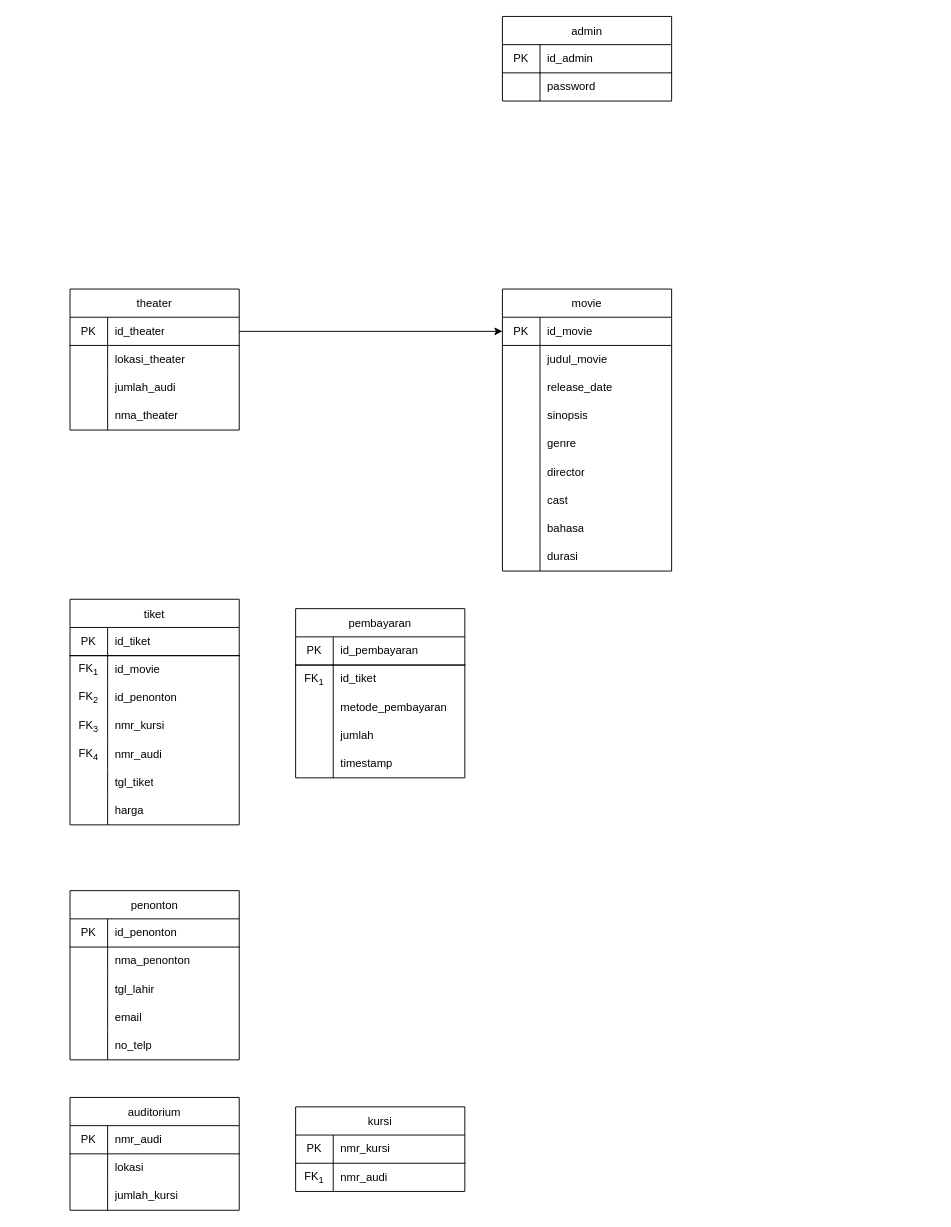
The draw.io diagram movie_cdm.drawio in vinnnna/sistem-basis-data, before the edit. Source tidied: cells renumbered, new cells numbered last; positions are measured from the earlier drawing's top-left corner, leaving out a move shared by most shapes. Both pictures are drawn from the tidied source at 94%, with x=0, y=0 at pixel (70, 16).
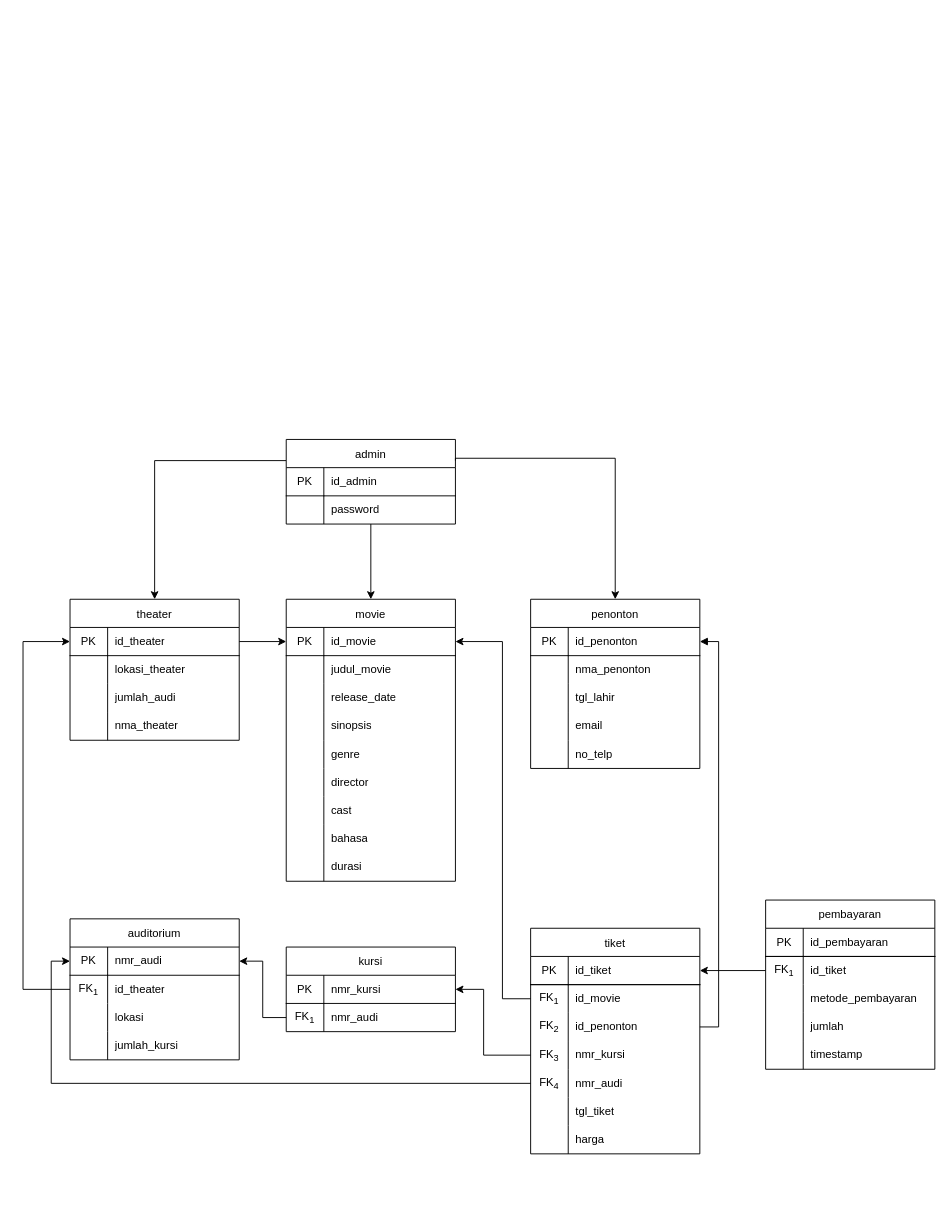
The same diagram, later.

The change refers to these unchanged cells:
```xml
<mxCell id="3" style="shape=tableRow;horizontal=0;startSize=0;swimlaneHead=0;swimlaneBody=0;top=0;left=0;bottom=0;right=0;fillColor=none;points=[[0,0.5],[1,0.5]];portConstraint=eastwest;strokeColor=inherit;fontSize=12;" parent="2" vertex="1">
  <mxGeometry y="30" width="180" height="30" as="geometry" />
</mxCell>
<mxCell id="16" style="shape=tableRow;horizontal=0;startSize=0;swimlaneHead=0;swimlaneBody=0;top=0;left=0;bottom=0;right=0;fillColor=none;points=[[0,0.5],[1,0.5]];portConstraint=eastwest;strokeColor=inherit;fontSize=12;" parent="15" vertex="1">
  <mxGeometry y="30" width="180" height="30" as="geometry" />
</mxCell>
<mxCell id="44" style="shape=tableRow;horizontal=0;startSize=0;swimlaneHead=0;swimlaneBody=0;top=0;left=0;bottom=0;right=0;fillColor=none;points=[[0,0.5],[1,0.5]];portConstraint=eastwest;strokeColor=inherit;fontSize=12;" parent="43" vertex="1">
  <mxGeometry y="30" width="180" height="30" as="geometry" />
</mxCell>
<mxCell id="47" style="shape=tableRow;horizontal=0;startSize=0;swimlaneHead=0;swimlaneBody=0;top=0;left=0;bottom=0;right=0;fillColor=none;points=[[0,0.5],[1,0.5]];portConstraint=eastwest;strokeColor=inherit;fontSize=12;" parent="43" vertex="1">
  <mxGeometry y="60" width="180" height="30" as="geometry" />
</mxCell>
<mxCell id="50" style="shape=tableRow;horizontal=0;startSize=0;swimlaneHead=0;swimlaneBody=0;top=0;left=0;bottom=0;right=0;fillColor=none;points=[[0,0.5],[1,0.5]];portConstraint=eastwest;strokeColor=inherit;fontSize=12;" parent="43" vertex="1">
  <mxGeometry y="90" width="180" height="30" as="geometry" />
</mxCell>
<mxCell id="53" style="shape=tableRow;horizontal=0;startSize=0;swimlaneHead=0;swimlaneBody=0;top=0;left=0;bottom=0;right=0;fillColor=none;points=[[0,0.5],[1,0.5]];portConstraint=eastwest;strokeColor=inherit;fontSize=12;" parent="43" vertex="1">
  <mxGeometry y="120" width="180" height="30" as="geometry" />
</mxCell>
<mxCell id="56" style="shape=tableRow;horizontal=0;startSize=0;swimlaneHead=0;swimlaneBody=0;top=0;left=0;bottom=0;right=0;fillColor=none;points=[[0,0.5],[1,0.5]];portConstraint=eastwest;strokeColor=inherit;fontSize=12;" parent="43" vertex="1">
  <mxGeometry y="150" width="180" height="30" as="geometry" />
</mxCell>
<mxCell id="69" style="shape=tableRow;horizontal=0;startSize=0;swimlaneHead=0;swimlaneBody=0;top=0;left=0;bottom=0;right=0;fillColor=none;points=[[0,0.5],[1,0.5]];portConstraint=eastwest;strokeColor=inherit;fontSize=12;" parent="65" vertex="1">
  <mxGeometry y="60" width="180" height="30" as="geometry" />
</mxCell>
<mxCell id="82" style="shape=tableRow;horizontal=0;startSize=0;swimlaneHead=0;swimlaneBody=0;top=0;left=0;bottom=0;right=0;fillColor=none;points=[[0,0.5],[1,0.5]];portConstraint=eastwest;strokeColor=inherit;fontSize=12;" parent="81" vertex="1">
  <mxGeometry y="30" width="180" height="30" as="geometry" />
</mxCell>
<mxCell id="105" style="shape=tableRow;horizontal=0;startSize=0;swimlaneHead=0;swimlaneBody=0;top=0;left=0;bottom=0;right=0;fillColor=none;points=[[0,0.5],[1,0.5]];portConstraint=eastwest;strokeColor=inherit;fontSize=12;" parent="104" vertex="1">
  <mxGeometry y="30" width="180" height="30" as="geometry" />
</mxCell>
<mxCell id="115" style="shape=tableRow;horizontal=0;startSize=0;swimlaneHead=0;swimlaneBody=0;top=0;left=0;bottom=0;right=0;fillColor=none;points=[[0,0.5],[1,0.5]];portConstraint=eastwest;strokeColor=inherit;fontSize=12;" parent="114" vertex="1">
  <mxGeometry y="30" width="180" height="30" as="geometry" />
</mxCell>
<mxCell id="118" style="shape=tableRow;horizontal=0;startSize=0;swimlaneHead=0;swimlaneBody=0;top=0;left=0;bottom=0;right=0;fillColor=none;points=[[0,0.5],[1,0.5]];portConstraint=eastwest;strokeColor=inherit;fontSize=12;" parent="114" vertex="1">
  <mxGeometry y="60" width="180" height="30" as="geometry" />
</mxCell>
```

The edit, as a diff of the source:
```diff
@@
     <mxCell id="2" value="theater" style="shape=table;startSize=30;childLayout=tableLayout;rowLines=0;fontStyle=0;strokeColor=default;fontSize=12;" parent="1" vertex="1">
-      <mxGeometry y="290" width="180" height="150" as="geometry" />
+      <mxGeometry y="620" width="180" height="150" as="geometry" />
     </mxCell>
@@
     <mxCell id="15" value="movie" style="shape=table;startSize=30;childLayout=tableLayout;rowLines=0;fontStyle=0;strokeColor=default;fontSize=12;" parent="1" vertex="1">
-      <mxGeometry x="460" y="290" width="180" height="300" as="geometry" />
+      <mxGeometry x="230" y="620" width="180" height="300" as="geometry" />
     </mxCell>
@@
     <mxCell id="43" value="tiket" style="shape=table;startSize=30;childLayout=tableLayout;rowLines=0;fontStyle=0;strokeColor=default;fontSize=12;" parent="1" vertex="1">
-      <mxGeometry y="620" width="180" height="240" as="geometry" />
+      <mxGeometry x="490" y="970" width="180" height="240" as="geometry" />
     </mxCell>
@@
     <mxCell id="65" value="pembayaran" style="shape=table;startSize=30;childLayout=tableLayout;rowLines=0;fontStyle=0;strokeColor=default;fontSize=12;" parent="1" vertex="1">
-      <mxGeometry x="240" y="630" width="180" height="180" as="geometry" />
+      <mxGeometry x="740" y="940" width="180" height="180" as="geometry" />
     </mxCell>
@@
     <mxCell id="81" value="penonton" style="shape=table;startSize=30;childLayout=tableLayout;rowLines=0;fontStyle=0;strokeColor=default;fontSize=12;" parent="1" vertex="1">
-      <mxGeometry y="930" width="180" height="180" as="geometry" />
+      <mxGeometry x="490" y="620" width="180" height="180" as="geometry" />
     </mxCell>
@@
+    <mxCell id="122" style="edgeStyle=orthogonalEdgeStyle;rounded=0;jettySize=auto;html=1;entryX=0.5;entryY=0;entryDx=0;entryDy=0;" parent="1" edge="1" source="97" target="15">
+      <mxGeometry relative="1" as="geometry" />
+    </mxCell>
+    <mxCell id="123" style="edgeStyle=orthogonalEdgeStyle;rounded=0;jettySize=auto;html=1;exitX=0;exitY=0.25;exitDx=0;exitDy=0;entryX=0.5;entryY=0;entryDx=0;entryDy=0;" parent="1" edge="1" source="97" target="2">
+      <mxGeometry relative="1" as="geometry" />
+    </mxCell>
     <mxCell id="97" value="admin" style="shape=table;startSize=30;childLayout=tableLayout;rowLines=0;fontStyle=0;strokeColor=default;fontSize=12;" parent="1" vertex="1">
-      <mxGeometry x="460" width="180" height="90" as="geometry" />
+      <mxGeometry x="230" y="450" width="180" height="90" as="geometry" />
     </mxCell>
@@
     <mxCell id="104" value="auditorium" style="shape=table;startSize=30;childLayout=tableLayout;rowLines=0;fontStyle=0;strokeColor=default;fontSize=12;" parent="1" vertex="1">
-      <mxGeometry y="1150" width="180" height="120" as="geometry" />
+      <mxGeometry y="960" width="180" height="150" as="geometry" />
     </mxCell>
@@
+    <mxCell id="124" style="shape=tableRow;horizontal=0;startSize=0;swimlaneHead=0;swimlaneBody=0;top=0;left=0;bottom=0;right=0;fillColor=none;points=[[0,0.5],[1,0.5]];portConstraint=eastwest;strokeColor=inherit;fontSize=12;" parent="104" vertex="1">
+      <mxGeometry y="60" width="180" height="30" as="geometry" />
+    </mxCell>
+    <mxCell id="125" value="FK&lt;sub&gt;1&lt;/sub&gt;" style="shape=partialRectangle;html=1;whiteSpace=wrap;fillColor=none;top=0;left=0;bottom=0;right=0;overflow=hidden;strokeColor=inherit;fontSize=12;" parent="124" vertex="1">
+      <mxGeometry width="40" height="30" as="geometry" />
+    </mxCell>
+    <mxCell id="126" value="id_theater" style="shape=partialRectangle;html=1;whiteSpace=wrap;fillColor=none;top=0;left=0;bottom=0;right=0;align=left;spacingLeft=6;overflow=hidden;strokeColor=inherit;fontSize=12;" parent="124" vertex="1">
+      <mxGeometry x="40" width="140" height="30" as="geometry" />
+    </mxCell>
     <mxCell id="108" style="shape=tableRow;horizontal=0;startSize=0;swimlaneHead=0;swimlaneBody=0;top=0;left=0;bottom=0;right=0;fillColor=none;strokeColor=inherit;fontSize=12;" parent="104" vertex="1">
-      <mxGeometry y="60" width="180" height="30" as="geometry" />
+      <mxGeometry y="90" width="180" height="30" as="geometry" />
     </mxCell>
@@
     <mxCell id="111" style="shape=tableRow;horizontal=0;startSize=0;swimlaneHead=0;swimlaneBody=0;top=0;left=0;bottom=0;right=0;fillColor=none;strokeColor=inherit;fontSize=12;" parent="104" vertex="1">
-      <mxGeometry y="90" width="180" height="30" as="geometry" />
+      <mxGeometry y="120" width="180" height="30" as="geometry" />
     </mxCell>
@@
     <mxCell id="114" value="kursi" style="shape=table;startSize=30;childLayout=tableLayout;rowLines=0;fontStyle=0;strokeColor=default;fontSize=12;" parent="1" vertex="1">
-      <mxGeometry x="240" y="1160" width="180" height="90" as="geometry" />
+      <mxGeometry x="230" y="990" width="180" height="90" as="geometry" />
     </mxCell>
@@
+    <mxCell id="127" style="edgeStyle=orthogonalEdgeStyle;rounded=0;jettySize=auto;html=1;exitX=1;exitY=0.5;exitDx=0;exitDy=0;entryX=1;entryY=0.5;entryDx=0;entryDy=0;startArrow=block;startFill=1;endArrow=none;endFill=0;" parent="1" edge="1" source="82" target="50">
+      <mxGeometry relative="1" as="geometry" />
+    </mxCell>
+    <mxCell id="128" style="edgeStyle=orthogonalEdgeStyle;rounded=0;jettySize=auto;html=1;exitX=0;exitY=0.5;exitDx=0;exitDy=0;entryX=1;entryY=0.5;entryDx=0;entryDy=0;" parent="1" edge="1" source="47" target="16">
+      <mxGeometry relative="1" as="geometry">
+        <Array as="points">
+          <mxPoint x="460" y="1045" />
+          <mxPoint x="460" y="665" />
+        </Array>
+      </mxGeometry>
+    </mxCell>
+    <mxCell id="129" style="edgeStyle=orthogonalEdgeStyle;rounded=0;jettySize=auto;html=1;exitX=0;exitY=0.5;exitDx=0;exitDy=0;entryX=1;entryY=0.5;entryDx=0;entryDy=0;" parent="1" edge="1" source="69" target="44">
+      <mxGeometry relative="1" as="geometry" />
+    </mxCell>
+    <mxCell id="130" style="edgeStyle=orthogonalEdgeStyle;rounded=0;jettySize=auto;html=1;exitX=0;exitY=0.5;exitDx=0;exitDy=0;entryX=1;entryY=0.5;entryDx=0;entryDy=0;" parent="1" edge="1" source="53" target="115">
+      <mxGeometry relative="1" as="geometry">
+        <Array as="points">
+          <mxPoint x="440" y="1105" />
+          <mxPoint x="440" y="1035" />
+        </Array>
+      </mxGeometry>
+    </mxCell>
+    <mxCell id="131" style="edgeStyle=orthogonalEdgeStyle;rounded=0;jettySize=auto;html=1;exitX=0;exitY=0.5;exitDx=0;exitDy=0;entryX=0;entryY=0.5;entryDx=0;entryDy=0;" parent="1" edge="1" source="56" target="105">
+      <mxGeometry relative="1" as="geometry" />
+    </mxCell>
+    <mxCell id="132" style="edgeStyle=orthogonalEdgeStyle;rounded=0;jettySize=auto;html=1;entryX=0.5;entryY=0;entryDx=0;entryDy=0;exitX=1;exitY=0.25;exitDx=0;exitDy=0;" parent="1" edge="1" source="97" target="81">
+      <mxGeometry relative="1" as="geometry">
+        <Array as="points">
+          <mxPoint x="410" y="470" />
+          <mxPoint x="580" y="470" />
+        </Array>
+      </mxGeometry>
+    </mxCell>
+    <mxCell id="133" style="edgeStyle=orthogonalEdgeStyle;rounded=0;jettySize=auto;html=1;exitX=0;exitY=0.5;exitDx=0;exitDy=0;entryX=0;entryY=0.5;entryDx=0;entryDy=0;" parent="1" edge="1" source="124" target="3">
+      <mxGeometry relative="1" as="geometry">
+        <Array as="points">
+          <mxPoint x="-50" y="1035" />
+          <mxPoint x="-50" y="665" />
+        </Array>
+      </mxGeometry>
+    </mxCell>
+    <mxCell id="134" style="edgeStyle=orthogonalEdgeStyle;rounded=0;jettySize=auto;html=1;exitX=0;exitY=0.5;exitDx=0;exitDy=0;entryX=1;entryY=0.5;entryDx=0;entryDy=0;" parent="1" edge="1" source="118" target="105">
+      <mxGeometry relative="1" as="geometry" />
+    </mxCell>
```
